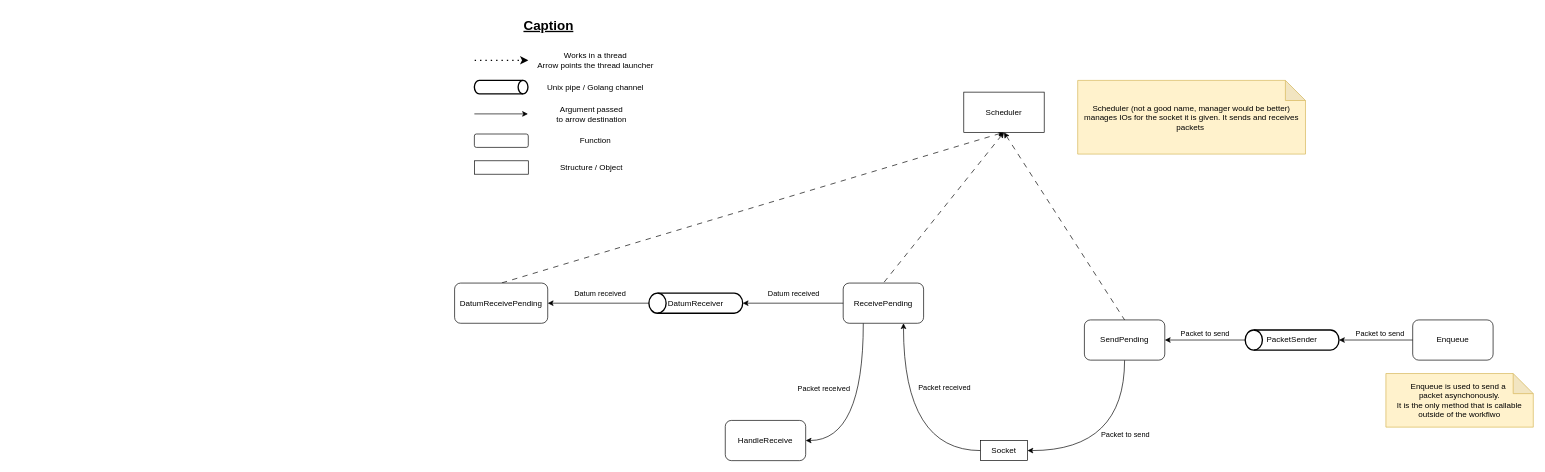
Bobybyk/p2p-file-tree-sharing keeps this draw.io diagram as doc/archi_reseau.drawio. Above is the earlier version. Source tidied: cells renumbered, new cells numbered last; positions are measured from the earlier drawing's top-left corner, leaving out a move shared by most shapes. Both pictures are drawn from the tidied source at 67%, with x=0, y=0 at pixel (454, 11).
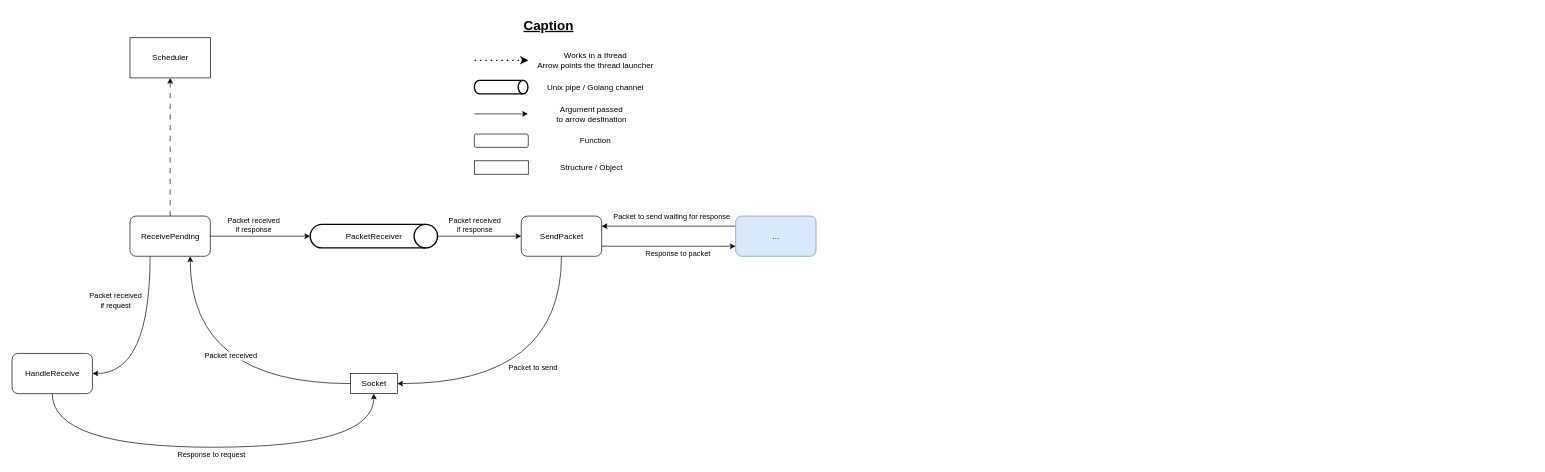
The same diagram, later.

Commit message (it also covers changes not shown here):
updated architecture sketch

Unchanged cells that the change refers to:
```xml
<mxCell id="6" style="edgeStyle=orthogonalEdgeStyle;rounded=0;jettySize=auto;html=1;entryX=1;entryY=0.5;entryDx=0;entryDy=0;curved=1;exitX=0.25;exitY=1;exitDx=0;exitDy=0;" parent="1" edge="1" source="8" target="16">
  <mxGeometry relative="1" as="geometry" />
</mxCell>
```

Change to the diagram source:
```diff
@@
-    <mxCell id="2" style="rounded=0;jettySize=auto;html=1;exitX=0.5;exitY=1;exitDx=0;exitDy=0;entryX=0.5;entryY=0;entryDx=0;entryDy=0;endArrow=none;endFill=0;startArrow=classic;startFill=1;dashed=1;dashPattern=8 8;" parent="1" edge="1" source="5" target="12">
-      <mxGeometry relative="1" as="geometry" />
-    </mxCell>
-    <mxCell id="3" style="rounded=0;jettySize=auto;html=1;exitX=0.5;exitY=1;exitDx=0;exitDy=0;entryX=0.5;entryY=0;entryDx=0;entryDy=0;endArrow=none;endFill=0;startArrow=classic;startFill=1;dashed=1;dashPattern=8 8;" parent="1" edge="1" source="5" target="11">
-      <mxGeometry relative="1" as="geometry" />
-    </mxCell>
@@
     <mxCell id="5" value="Scheduler" style="rounded=0;whiteSpace=wrap;html=1;" parent="1" vertex="1">
-      <mxGeometry x="760" y="120" width="120" height="60" as="geometry" />
+      <mxGeometry x="-484.5" y="38.8" width="120" height="60" as="geometry" />
     </mxCell>
@@
-    <mxCell id="7" value="Packet received" style="edgeLabel;html=1;align=center;verticalAlign=middle;" parent="6" vertex="1">
+    <mxCell id="7" value="Packet received&lt;br&gt;if request" style="edgeLabel;html=1;align=center;verticalAlign=middle;" parent="6" vertex="1">
       <mxGeometry x="-0.26" y="-8" relative="1" as="geometry">
-        <mxPoint x="-52" as="offset" />
+        <mxPoint x="-44" y="-32" as="offset" />
       </mxGeometry>
     </mxCell>
     <mxCell id="8" value="ReceivePending" style="rounded=1;whiteSpace=wrap;html=1;" parent="1" vertex="1">
-      <mxGeometry x="580" y="405" width="120" height="60" as="geometry" />
+      <mxGeometry x="-484.5" y="305" width="120" height="60" as="geometry" />
     </mxCell>
@@
+    <mxCell id="41" style="edgeStyle=orthogonalEdgeStyle;rounded=0;jettySize=auto;html=1;exitX=1;exitY=0.25;exitDx=0;exitDy=0;endArrow=none;endFill=0;startArrow=classic;startFill=1;entryX=0;entryY=0.25;entryDx=0;entryDy=0;" parent="1" edge="1" source="11" target="52">
+      <mxGeometry relative="1" as="geometry" />
+    </mxCell>
+    <mxCell id="42" value="Packet to send waiting for response" style="edgeLabel;html=1;align=center;verticalAlign=middle;" parent="41" vertex="1">
+      <mxGeometry x="-0.12" relative="1" as="geometry">
+        <mxPoint x="16" y="-15" as="offset" />
+      </mxGeometry>
+    </mxCell>
+    <mxCell id="43" style="edgeStyle=orthogonalEdgeStyle;rounded=0;jettySize=auto;html=1;exitX=1;exitY=0.75;exitDx=0;exitDy=0;entryX=0;entryY=0.75;entryDx=0;entryDy=0;" parent="1" edge="1" source="11" target="52">
+      <mxGeometry relative="1" as="geometry" />
+    </mxCell>
+    <mxCell id="44" value="Response to packet" style="edgeLabel;html=1;align=center;verticalAlign=middle;" parent="43" vertex="1">
+      <mxGeometry x="0.13" y="4" relative="1" as="geometry">
+        <mxPoint y="14" as="offset" />
+      </mxGeometry>
+    </mxCell>
-    <mxCell id="11" value="SendPending" style="rounded=1;whiteSpace=wrap;html=1;" parent="1" vertex="1">
-      <mxGeometry x="940" y="460" width="120" height="60" as="geometry" />
+    <mxCell id="11" value="SendPacket" style="rounded=1;whiteSpace=wrap;html=1;" parent="1" vertex="1">
+      <mxGeometry x="99.5" y="305" width="120" height="60" as="geometry" />
     </mxCell>
-    <mxCell id="12" value="DatumReceivePending" style="rounded=1;whiteSpace=wrap;html=1;" parent="1" vertex="1">
-      <mxGeometry y="405" width="139" height="60" as="geometry" />
-    </mxCell>
@@
     <mxCell id="15" value="Socket" style="rounded=0;whiteSpace=wrap;html=1;" parent="1" vertex="1">
-      <mxGeometry x="785" y="640" width="70" height="30" as="geometry" />
+      <mxGeometry x="-155.5" y="540" width="70" height="30" as="geometry" />
     </mxCell>
+    <mxCell id="45" style="edgeStyle=orthogonalEdgeStyle;rounded=0;jettySize=auto;html=1;curved=1;entryX=0.5;entryY=1;entryDx=0;entryDy=0;" parent="1" edge="1" source="16" target="15">
+      <mxGeometry relative="1" as="geometry">
+        <Array as="points">
+          <mxPoint x="-600.5" y="650" />
+          <mxPoint x="-120.5" y="650" />
+        </Array>
+      </mxGeometry>
+    </mxCell>
+    <mxCell id="46" value="Response to request" style="edgeLabel;html=1;align=center;verticalAlign=middle;" parent="45" vertex="1">
+      <mxGeometry x="-0.46" y="12" relative="1" as="geometry">
+        <mxPoint x="144" y="22" as="offset" />
+      </mxGeometry>
+    </mxCell>
     <mxCell id="16" value="HandleReceive" style="rounded=1;whiteSpace=wrap;html=1;" parent="1" vertex="1">
-      <mxGeometry x="404" y="610" width="120" height="60" as="geometry" />
+      <mxGeometry x="-660.5" y="510" width="120" height="60" as="geometry" />
     </mxCell>
-    <mxCell id="17" value="Enqueue" style="rounded=1;whiteSpace=wrap;html=1;" parent="1" vertex="1">
-      <mxGeometry x="1430" y="460" width="120" height="60" as="geometry" />
-    </mxCell>
-    <mxCell id="18" style="edgeStyle=orthogonalEdgeStyle;rounded=0;jettySize=auto;html=1;entryX=1;entryY=0.5;entryDx=0;entryDy=0;" parent="1" edge="1" source="20" target="11">
-      <mxGeometry relative="1" as="geometry" />
-    </mxCell>
-    <mxCell id="19" value="Packet to send" style="edgeLabel;html=1;align=center;verticalAlign=middle;" parent="18" vertex="1">
-      <mxGeometry x="0.21" y="1" relative="1" as="geometry">
-        <mxPoint x="12" y="-11" as="offset" />
-      </mxGeometry>
-    </mxCell>
-    <mxCell id="20" value="PacketSender" style="strokeWidth=2;html=1;shape=mxgraph.flowchart.direct_data;whiteSpace=wrap;rotation=0;direction=west;" parent="1" vertex="1">
-      <mxGeometry x="1180" y="475" width="140" height="30" as="geometry" />
-    </mxCell>
-    <mxCell id="21" style="edgeStyle=orthogonalEdgeStyle;rounded=0;jettySize=auto;html=1;entryX=0;entryY=0.5;entryDx=0;entryDy=0;entryPerimeter=0;" parent="1" edge="1" source="17" target="20">
-      <mxGeometry relative="1" as="geometry" />
-    </mxCell>
-    <mxCell id="22" value="Packet to send" style="edgeLabel;html=1;align=center;verticalAlign=middle;" parent="21" vertex="1">
-      <mxGeometry x="0.16" relative="1" as="geometry">
-        <mxPoint x="14" y="-10" as="offset" />
-      </mxGeometry>
-    </mxCell>
-    <mxCell id="23" style="edgeStyle=orthogonalEdgeStyle;rounded=0;jettySize=auto;html=1;exitX=1;exitY=0.5;exitDx=0;exitDy=0;exitPerimeter=0;entryX=1;entryY=0.5;entryDx=0;entryDy=0;" parent="1" edge="1" source="25" target="12">
-      <mxGeometry relative="1" as="geometry" />
-    </mxCell>
-    <mxCell id="24" value="Datum received" style="edgeLabel;html=1;align=center;verticalAlign=middle;" parent="23" vertex="1">
-      <mxGeometry x="-0.16" y="1" relative="1" as="geometry">
-        <mxPoint x="-11" y="-16" as="offset" />
-      </mxGeometry>
-    </mxCell>
-    <mxCell id="25" value="DatumReceiver" style="strokeWidth=2;html=1;shape=mxgraph.flowchart.direct_data;whiteSpace=wrap;rotation=0;direction=west;" parent="1" vertex="1">
-      <mxGeometry x="290" y="420" width="140" height="30" as="geometry" />
-    </mxCell>
-    <mxCell id="26" style="edgeStyle=orthogonalEdgeStyle;rounded=0;jettySize=auto;html=1;exitX=0;exitY=0.5;exitDx=0;exitDy=0;entryX=0;entryY=0.5;entryDx=0;entryDy=0;entryPerimeter=0;" parent="1" edge="1" source="8" target="25">
-      <mxGeometry relative="1" as="geometry" />
-    </mxCell>
-    <mxCell id="27" value="Datum received" style="edgeLabel;html=1;align=center;verticalAlign=middle;" parent="26" vertex="1">
-      <mxGeometry x="0.18" relative="1" as="geometry">
-        <mxPoint x="14" y="-15" as="offset" />
-      </mxGeometry>
-    </mxCell>
-    <mxCell id="28" value="&lt;div style=&quot;&quot;&gt;&lt;span style=&quot;background-color: initial;&quot;&gt;Scheduler (not a good name, manager would be better) manages IOs for the socket it is given. It sends and receives packets&amp;nbsp;&lt;/span&gt;&lt;/div&gt;" style="shape=note;whiteSpace=wrap;html=1;backgroundOutline=1;darkOpacity=0.05;fillColor=#fff2cc;strokeColor=#d6b656;align=center;" parent="1" vertex="1">
-      <mxGeometry x="930" y="102.5" width="340" height="110" as="geometry" />
-    </mxCell>
@@
-    <mxCell id="40" value="&lt;div style=&quot;&quot;&gt;Enqueue is used to send a&amp;nbsp;&lt;/div&gt;&lt;div style=&quot;&quot;&gt;packet asynchonously.&lt;/div&gt;&lt;div style=&quot;&quot;&gt;It is the only method that is callable outside of the workflwo&lt;/div&gt;" style="shape=note;whiteSpace=wrap;html=1;backgroundOutline=1;darkOpacity=0.05;fillColor=#fff2cc;strokeColor=#d6b656;align=center;" parent="1" vertex="1">
-      <mxGeometry x="1390" y="540" width="220" height="80" as="geometry" />
-    </mxCell>
+    <mxCell id="47" style="edgeStyle=orthogonalEdgeStyle;rounded=0;jettySize=auto;html=1;entryX=0;entryY=0.5;entryDx=0;entryDy=0;" parent="1" edge="1" source="49" target="11">
+      <mxGeometry relative="1" as="geometry" />
+    </mxCell>
+    <mxCell id="48" value="Packet received&lt;br style=&quot;border-color: var(--border-color);&quot;&gt;if response" style="edgeLabel;html=1;align=center;verticalAlign=middle;" parent="47" vertex="1">
+      <mxGeometry x="-0.39" y="1" relative="1" as="geometry">
+        <mxPoint x="17" y="-16" as="offset" />
+      </mxGeometry>
+    </mxCell>
+    <mxCell id="49" value="&lt;div style=&quot;&quot;&gt;&lt;pre style=&quot;&quot;&gt;&lt;font style=&quot;background-color: rgb(255, 255, 255);&quot; face=&quot;Helvetica&quot;&gt;PacketReceiver&lt;/font&gt;&lt;/pre&gt;&lt;/div&gt;" style="strokeWidth=2;html=1;shape=mxgraph.flowchart.direct_data;whiteSpace=wrap;" parent="1" vertex="1">
+      <mxGeometry x="-215.5" y="317.5" width="190" height="35" as="geometry" />
+    </mxCell>
+    <mxCell id="50" style="edgeStyle=orthogonalEdgeStyle;rounded=0;jettySize=auto;html=1;entryX=0;entryY=0.5;entryDx=0;entryDy=0;entryPerimeter=0;" parent="1" edge="1" source="8" target="49">
+      <mxGeometry relative="1" as="geometry" />
+    </mxCell>
+    <mxCell id="51" value="Packet received&lt;br&gt;if response" style="edgeLabel;html=1;align=center;verticalAlign=middle;" parent="50" vertex="1">
+      <mxGeometry x="-0.14" y="2" relative="1" as="geometry">
+        <mxPoint y="-15" as="offset" />
+      </mxGeometry>
+    </mxCell>
+    <mxCell id="52" value="..." style="rounded=1;whiteSpace=wrap;html=1;fillColor=#dae8fc;strokeColor=#6c8ebf;" parent="1" vertex="1">
+      <mxGeometry x="419.5" y="305" width="120" height="60" as="geometry" />
+    </mxCell>
```
